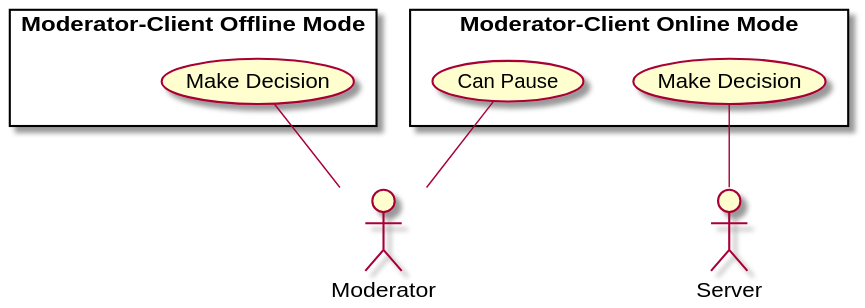
This is Docs/Technical Specifications/docs/diagrams/UseCase/Moderator_Client_B.svg from Brotenko/QualityQuest, a PlantUML export, as it was before one commit. The source it was exported from:
```plantuml
@startuml
actor "Server" as SC
actor "Moderator" as P

rectangle "Moderator-Client Online Mode" {
    usecase "Make Decision" as md
    usecase "Can Pause" as cp
}

rectangle "Moderator-Client Offline Mode" {
    usecase "Make Decision" as md2
}

SC -up- md
P -up- cp

P -up- md2
@enduml
```
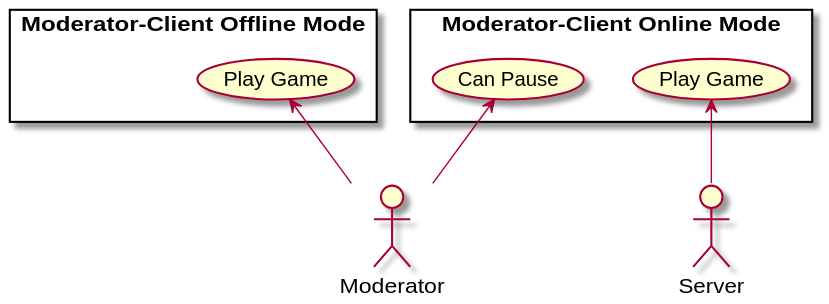
The same diagram one commit later.

Commit message:
New use-case diagrams for the moderator-client.

Change to the diagram source:
```diff
@@ -3,16 +3,16 @@
 actor "Moderator" as P
 
 rectangle "Moderator-Client Online Mode" {
-    usecase "Make Decision" as md
+    usecase "Play Game" as md
     usecase "Can Pause" as cp
 }
 
 rectangle "Moderator-Client Offline Mode" {
-    usecase "Make Decision" as md2
+    usecase "Play Game" as md2
 }
 
-SC -up- md
-P -up- cp
+SC -up-> md
+P -up-> cp
 
-P -up- md2
+P -up-> md2
 @enduml
```
